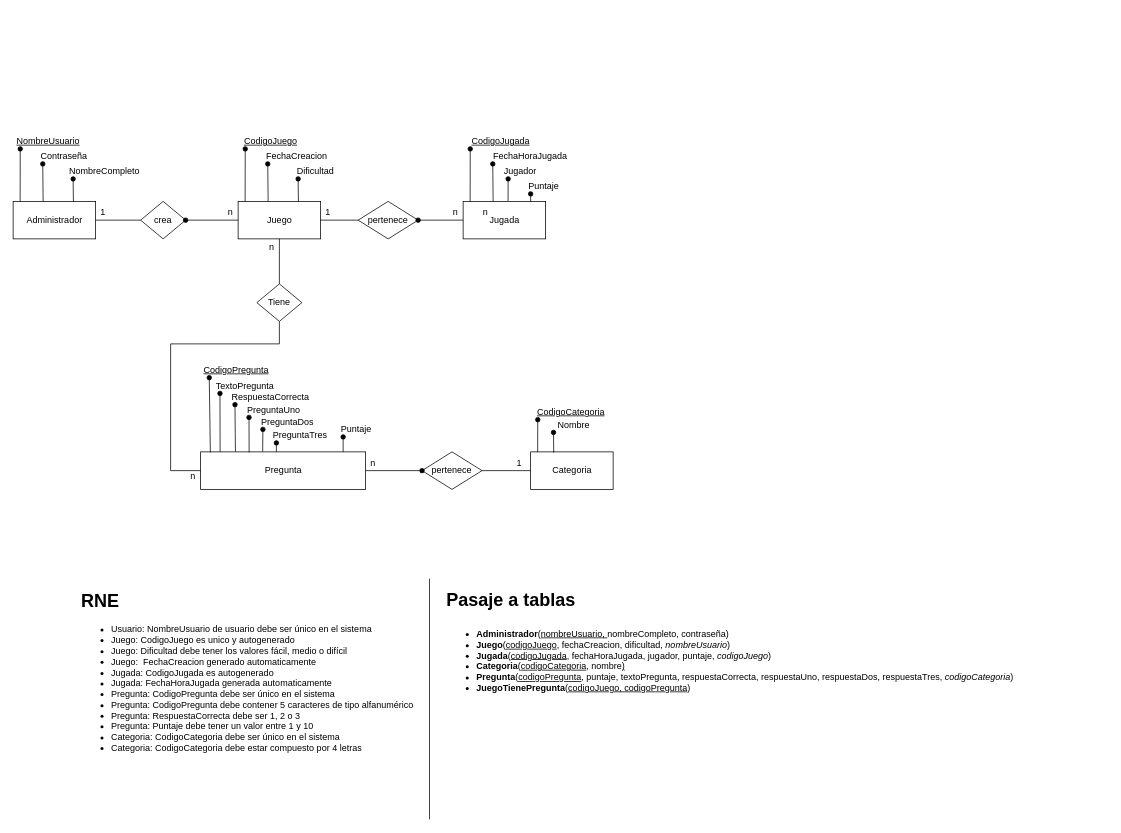
Above: Proyecto/diagrams/DER/DER-PFPA-BIOS.drawio in chsenamac/ProyectoFinalPrimeroAnalista (draw.io), before the change. Source tidied: cells renumbered, new cells numbered last; positions are measured from the earlier drawing's top-left corner, leaving out a move shared by most shapes. Both pictures are drawn from the tidied source at 75%, with x=0, y=0 at pixel (13, 134).
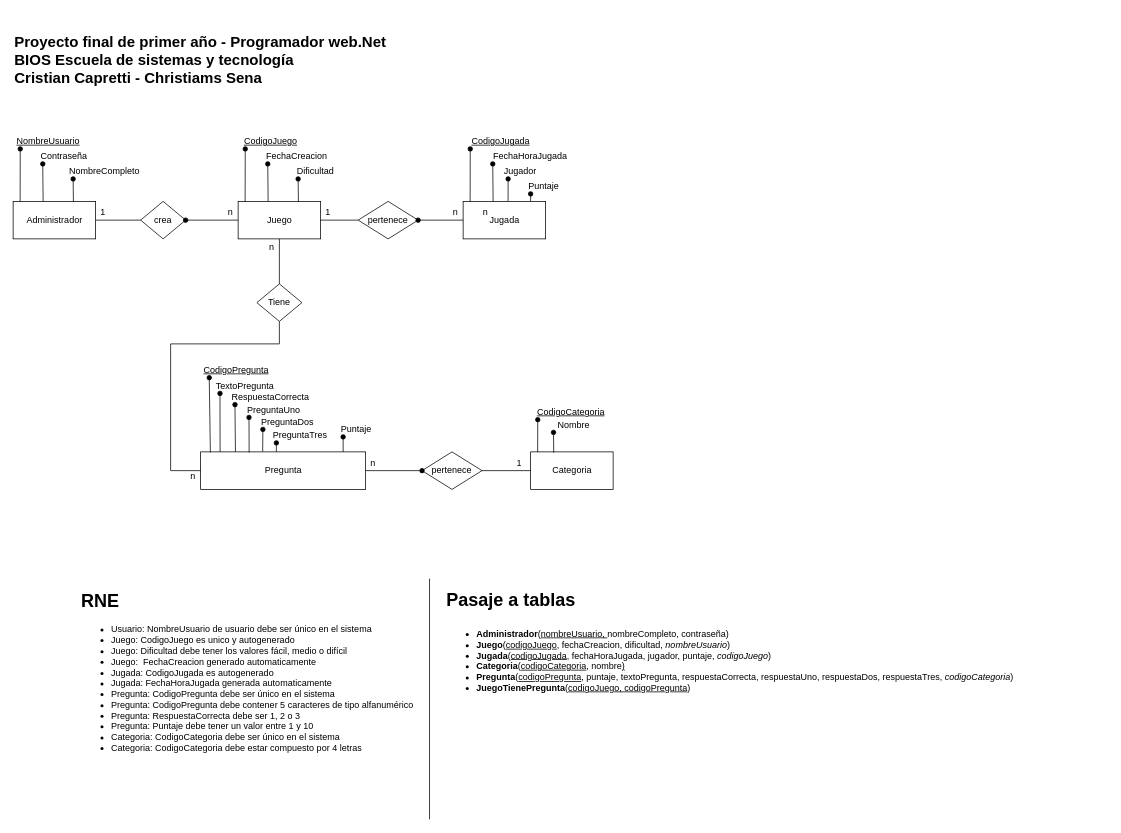
Above is the later version.

Change to the diagram source:
```diff
@@
+    <mxCell id="69" value="Proyecto final de primer año - Programador web.Net&lt;br style=&quot;font-size: 20px;&quot;&gt;BIOS Escuela de sistemas y tecnología&lt;br style=&quot;font-size: 20px;&quot;&gt;Cristian Capretti - Christiams Sena" style="text;html=1;strokeColor=none;fillColor=none;align=left;verticalAlign=middle;whiteSpace=wrap;rounded=0;fontStyle=1;fontSize=20;" parent="1" vertex="1">
+      <mxGeometry y="-161" width="705" height="121" as="geometry" />
+    </mxCell>
```
